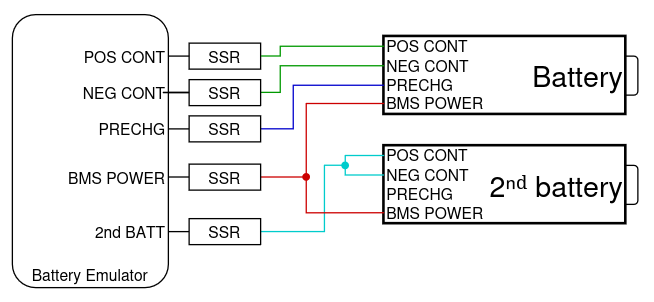
Before: be_battery_2x_gpio.png, a diagram exported from draw.io (nagyrobi/files). Source tidied: cells renumbered, new cells last; positions are measured from the earlier drawing's top-left corner, leaving out a move shared by most shapes.
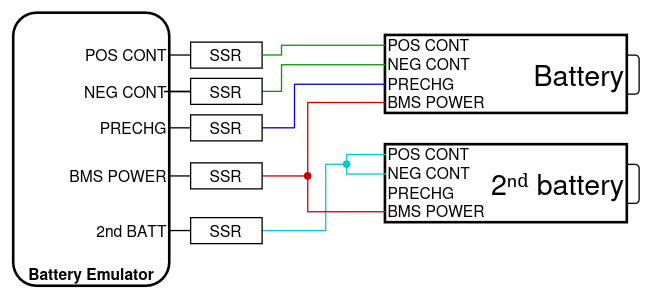
After the change.

Diff of the diagram source:
```diff
@@ -14,7 +14,7 @@
     <mxCell id="5" value="2ⁿᵈ battery" style="rounded=0;whiteSpace=wrap;html=1;strokeWidth=2;fontSize=22;fontFamily=Helvetica;align=right;" parent="1" vertex="1">
       <mxGeometry x="286" y="101" width="186" height="60" as="geometry" />
     </mxCell>
-    <mxCell id="6" value="Battery Emulator" style="rounded=1;whiteSpace=wrap;html=1;miterlimit=4;verticalAlign=bottom;" parent="1" vertex="1">
+    <mxCell id="6" value="Battery Emulator" style="rounded=1;whiteSpace=wrap;html=1;miterlimit=4;verticalAlign=bottom;strokeWidth=2;fontStyle=1;" parent="1" vertex="1">
       <mxGeometry width="120" height="210" as="geometry" />
     </mxCell>
     <mxCell id="7" value="SSR" style="rounded=0;whiteSpace=wrap;html=1;" parent="1" vertex="1">
```
